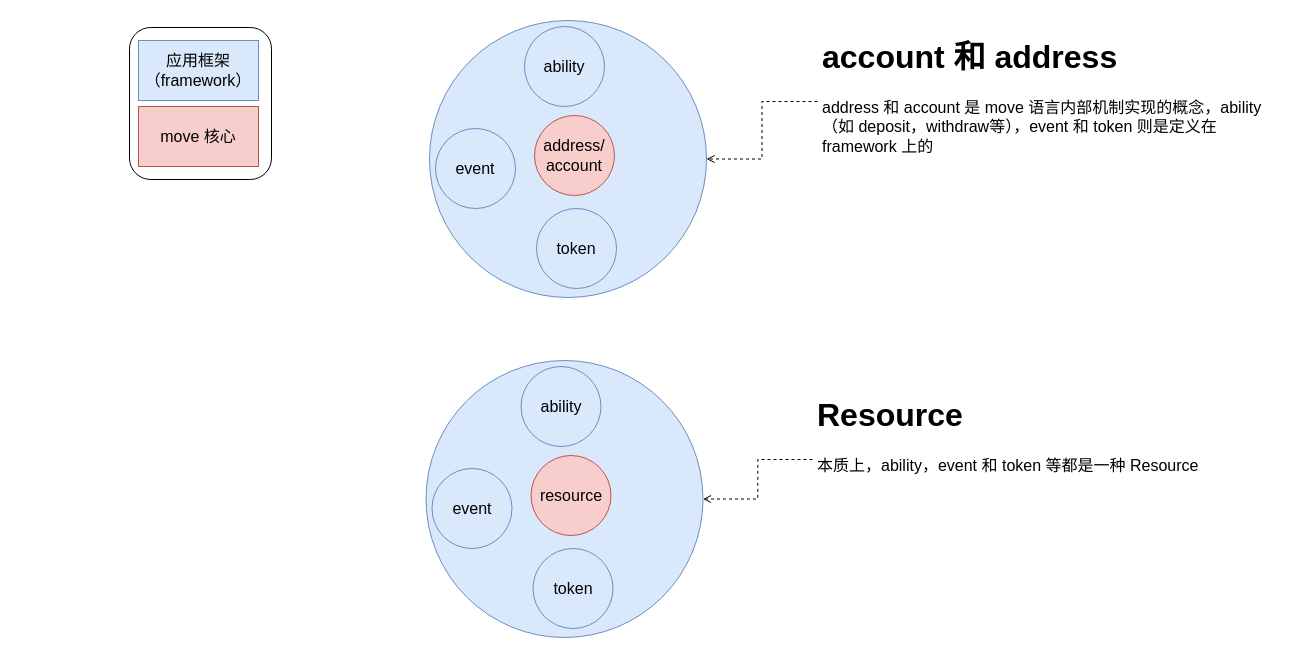
This is page "move和应用的层级关系" (6 of 7) of savedoc/drawio/starcoin.drawio from jackzhhuang/blog, a draw.io file, before an edit. Source tidied: cells renumbered, new cells numbered last; positions are measured from the earlier drawing's top-left corner, leaving out a move shared by most shapes. Both pictures are drawn from the tidied source at 100%, with x=0, y=0 at pixel (129, 20).
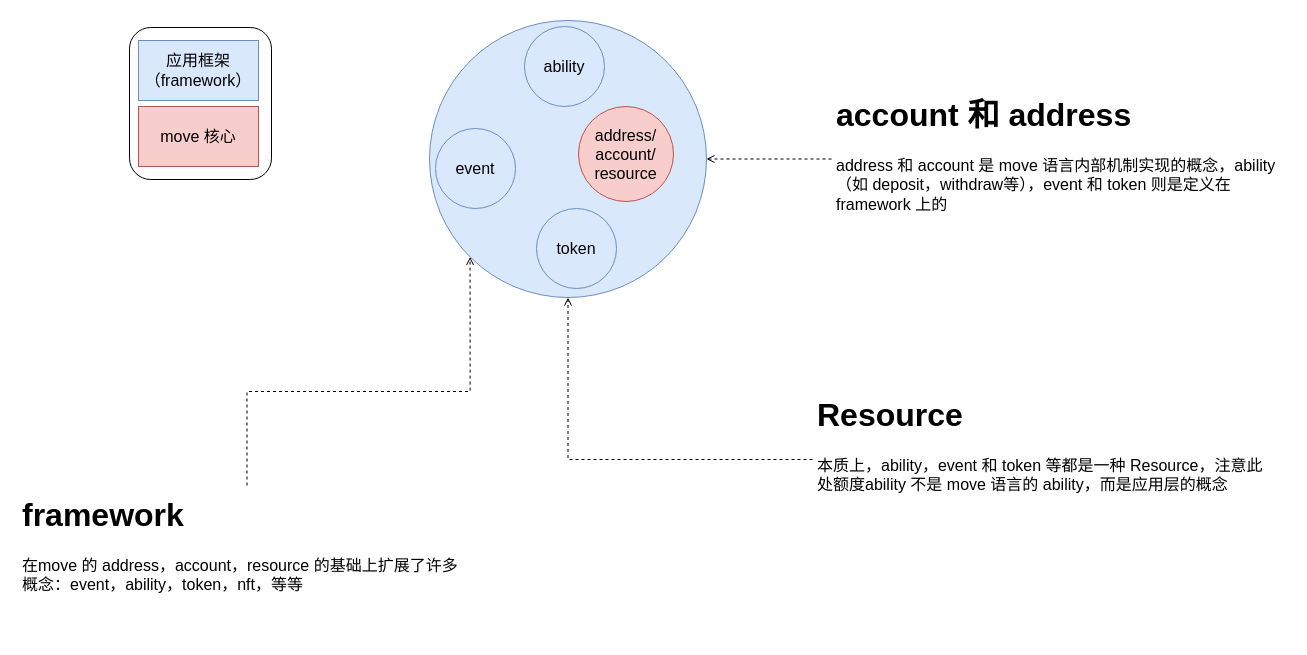
Above is the later version.

Diff of the diagram source:
```diff
@@
 <mxGraphModel>
   <root>
     <mxCell id="0" />
     <mxCell id="1" parent="0" />
-    <mxCell id="2" style="ellipse;whiteSpace=wrap;html=1;fontSize=16;fillColor=#dae8fc;strokeColor=#6c8ebf;" parent="1" vertex="1">
-      <mxGeometry x="296.5" y="340" width="277" height="277" as="geometry" />
-    </mxCell>
     <mxCell id="3" value="应用框架（framework）" style="rounded=0;whiteSpace=wrap;html=1;fontSize=16;fillColor=#dae8fc;strokeColor=#6c8ebf;" parent="1" vertex="1">
       <mxGeometry x="9" y="20" width="120" height="60" as="geometry" />
     </mxCell>
     <mxCell id="4" value="move 核心" style="rounded=0;whiteSpace=wrap;html=1;fontSize=16;fillColor=#f8cecc;strokeColor=#b85450;" parent="1" vertex="1">
       <mxGeometry x="9" y="86" width="120" height="60" as="geometry" />
     </mxCell>
-    <mxCell id="5" value="resource" style="ellipse;whiteSpace=wrap;html=1;fontSize=16;fillColor=#f8cecc;strokeColor=#b85450;" parent="1" vertex="1">
-      <mxGeometry x="401.5" y="435" width="80" height="80" as="geometry" />
-    </mxCell>
-    <mxCell id="6" value="ability" style="ellipse;whiteSpace=wrap;html=1;fontSize=16;fillColor=#dae8fc;strokeColor=#6c8ebf;" parent="1" vertex="1">
-      <mxGeometry x="391.5" y="346" width="80" height="80" as="geometry" />
-    </mxCell>
-    <mxCell id="7" value="event" style="ellipse;whiteSpace=wrap;html=1;fontSize=16;fillColor=#dae8fc;strokeColor=#6c8ebf;" parent="1" vertex="1">
-      <mxGeometry x="302.5" y="448" width="80" height="80" as="geometry" />
-    </mxCell>
-    <mxCell id="8" value="token" style="ellipse;whiteSpace=wrap;html=1;fontSize=16;fillColor=#dae8fc;strokeColor=#6c8ebf;" parent="1" vertex="1">
-      <mxGeometry x="403.5" y="528" width="80" height="80" as="geometry" />
-    </mxCell>
     <mxCell id="9" style="rounded=1;whiteSpace=wrap;html=1;fontSize=16;fillColor=none;" parent="1" vertex="1">
       <mxGeometry y="7" width="142" height="152" as="geometry" />
     </mxCell>
     <mxCell id="10" style="edgeStyle=orthogonalEdgeStyle;rounded=0;jettySize=auto;html=1;fontSize=16;startArrow=none;startFill=0;endArrow=open;endFill=0;dashed=1;" parent="1" edge="1" source="11" target="12">
       <mxGeometry relative="1" as="geometry" />
     </mxCell>
     <mxCell id="11" value="&lt;h1&gt;account 和 address&lt;/h1&gt;&lt;div&gt;address 和 account 是 move 语言内部机制实现的概念，ability（如 deposit，withdraw等），event 和 token 则是定义在 framework 上的&lt;/div&gt;" style="text;html=1;strokeColor=none;fillColor=none;spacing=5;spacingTop=-20;whiteSpace=wrap;overflow=hidden;rounded=0;fontSize=16;" parent="1" vertex="1">
-      <mxGeometry x="688" y="7" width="459" height="148" as="geometry" />
+      <mxGeometry x="702" y="64.5" width="459" height="148" as="geometry" />
     </mxCell>
     <mxCell id="12" style="ellipse;whiteSpace=wrap;html=1;fontSize=16;fillColor=#dae8fc;strokeColor=#6c8ebf;" parent="1" vertex="1">
       <mxGeometry x="300" width="277" height="277" as="geometry" />
     </mxCell>
-    <mxCell id="13" value="address/&lt;br&gt;account" style="ellipse;whiteSpace=wrap;html=1;fontSize=16;fillColor=#f8cecc;strokeColor=#b85450;" parent="1" vertex="1">
-      <mxGeometry x="405" y="95" width="80" height="80" as="geometry" />
+    <mxCell id="13" value="address/&lt;br&gt;account/&lt;br&gt;resource" style="ellipse;whiteSpace=wrap;html=1;fontSize=16;fillColor=#f8cecc;strokeColor=#b85450;" parent="1" vertex="1">
+      <mxGeometry x="449" y="86" width="95" height="95" as="geometry" />
     </mxCell>
     <mxCell id="14" value="ability" style="ellipse;whiteSpace=wrap;html=1;fontSize=16;fillColor=#dae8fc;strokeColor=#6c8ebf;" parent="1" vertex="1">
       <mxGeometry x="395" y="6" width="80" height="80" as="geometry" />
     </mxCell>
     <mxCell id="15" value="event" style="ellipse;whiteSpace=wrap;html=1;fontSize=16;fillColor=#dae8fc;strokeColor=#6c8ebf;" parent="1" vertex="1">
       <mxGeometry x="306" y="108" width="80" height="80" as="geometry" />
     </mxCell>
     <mxCell id="16" value="token" style="ellipse;whiteSpace=wrap;html=1;fontSize=16;fillColor=#dae8fc;strokeColor=#6c8ebf;" parent="1" vertex="1">
       <mxGeometry x="407" y="188" width="80" height="80" as="geometry" />
     </mxCell>
-    <mxCell id="17" style="edgeStyle=orthogonalEdgeStyle;rounded=0;jettySize=auto;html=1;entryX=1;entryY=0.5;entryDx=0;entryDy=0;dashed=1;fontSize=16;startArrow=none;startFill=0;endArrow=open;endFill=0;" parent="1" edge="1" source="18" target="2">
+    <mxCell id="17" style="edgeStyle=orthogonalEdgeStyle;rounded=0;jettySize=auto;html=1;dashed=1;fontSize=16;startArrow=none;startFill=0;endArrow=open;endFill=0;" parent="1" edge="1" source="18" target="12">
       <mxGeometry relative="1" as="geometry" />
     </mxCell>
-    <mxCell id="18" value="&lt;h1&gt;Resource&lt;/h1&gt;&lt;div&gt;本质上，ability，event 和 token 等都是一种 Resource&lt;/div&gt;" style="text;html=1;strokeColor=none;fillColor=none;spacing=5;spacingTop=-20;whiteSpace=wrap;overflow=hidden;rounded=0;fontSize=16;" parent="1" vertex="1">
+    <mxCell id="18" value="&lt;h1&gt;Resource&lt;/h1&gt;&lt;div&gt;本质上，ability，event 和 token 等都是一种 Resource，注意此处额度ability 不是 move 语言的 ability，而是应用层的概念&lt;/div&gt;" style="text;html=1;strokeColor=none;fillColor=none;spacing=5;spacingTop=-20;whiteSpace=wrap;overflow=hidden;rounded=0;fontSize=16;" parent="1" vertex="1">
       <mxGeometry x="683" y="365" width="459" height="148" as="geometry" />
     </mxCell>
+    <mxCell id="19" style="edgeStyle=orthogonalEdgeStyle;rounded=0;jettySize=auto;html=1;entryX=0;entryY=1;entryDx=0;entryDy=0;dashed=1;endArrow=open;endFill=0;" parent="1" edge="1" source="20" target="12">
+      <mxGeometry relative="1" as="geometry" />
+    </mxCell>
+    <mxCell id="20" value="&lt;h1&gt;framework&lt;/h1&gt;&lt;div&gt;在move 的 address，account，resource 的基础上扩展了许多概念：event，ability，token，nft，等等&lt;/div&gt;" style="text;html=1;strokeColor=none;fillColor=none;spacing=5;spacingTop=-20;whiteSpace=wrap;overflow=hidden;rounded=0;fontSize=16;" parent="1" vertex="1">
+      <mxGeometry x="-112" y="465" width="459" height="148" as="geometry" />
+    </mxCell>
   </root>
 </mxGraphModel>
```
